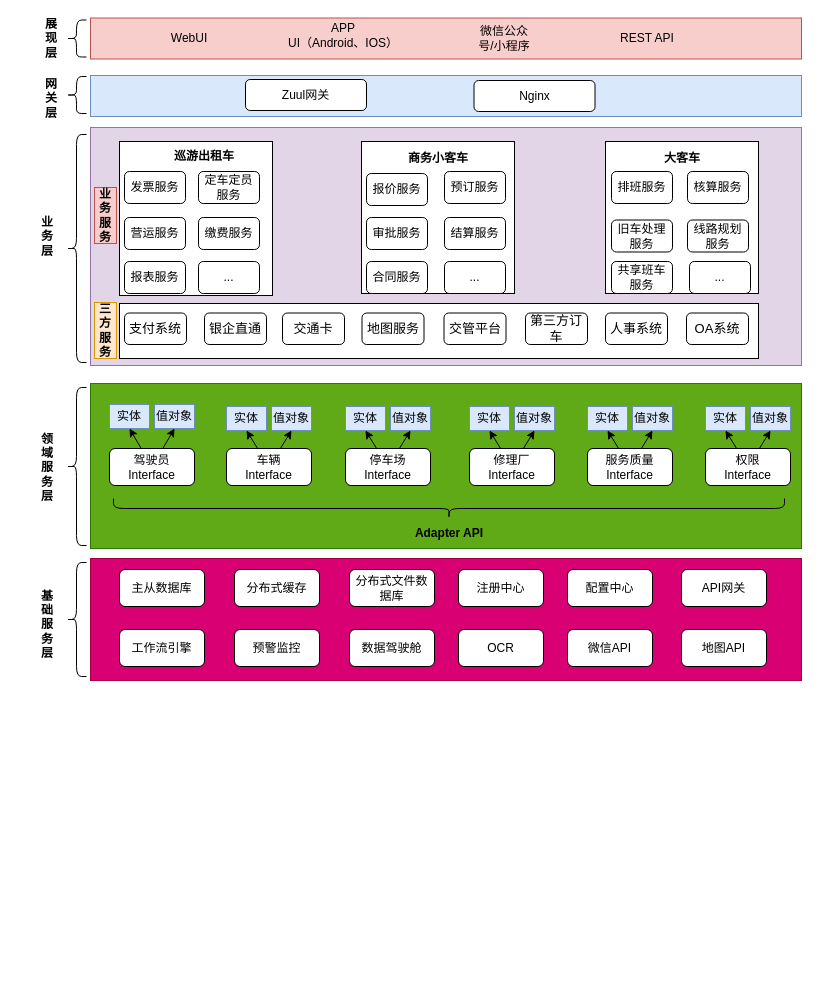
ammengke/my-drawio keeps this draw.io diagram as 汽车公司-应用架构.drawio. Above is the earlier version. Source tidied: cells renumbered, new cells numbered last; positions are measured from the earlier drawing's top-left corner, leaving out a move shared by most shapes. Both pictures are drawn from the tidied source at 100%, with x=0, y=0 at pixel (17, 17).
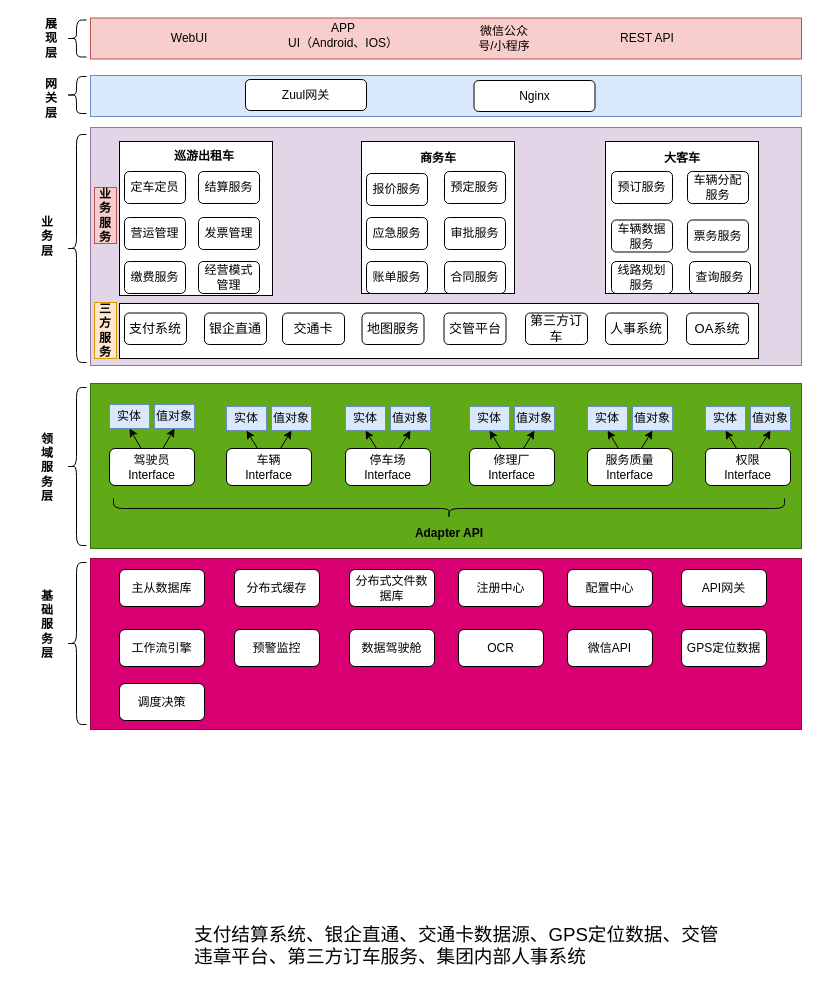
After the change.

Commit message:
Update 汽车公司-应用架构.drawio

Diff of the diagram source:
```diff
@@
     <mxCell id="2" style="shape=curlyBracket;whiteSpace=wrap;html=1;rounded=1;" parent="1" vertex="1">
-      <mxGeometry x="49" y="545" width="20" height="114" as="geometry" />
+      <mxGeometry x="49" y="545" width="20" height="162" as="geometry" />
     </mxCell>
     <mxCell id="3" style="rounded=0;whiteSpace=wrap;html=1;fillColor=#d80073;fontColor=#ffffff;strokeColor=#A50040;" parent="1" vertex="1">
-      <mxGeometry x="73" y="541" width="711" height="122" as="geometry" />
+      <mxGeometry x="73" y="541" width="711" height="171" as="geometry" />
     </mxCell>
@@
-    <mxCell id="15" value="地图API" style="rounded=1;whiteSpace=wrap;html=1;" parent="1" vertex="1">
+    <mxCell id="15" value="GPS定位数据" style="rounded=1;whiteSpace=wrap;html=1;" parent="1" vertex="1">
       <mxGeometry x="664" y="612" width="85" height="37" as="geometry" />
     </mxCell>
@@
-    <mxCell id="59" value="商务小客车" style="text;html=1;strokeColor=none;fillColor=none;align=center;verticalAlign=middle;whiteSpace=wrap;rounded=0;fontColor=#000000;fontStyle=1;" parent="1" vertex="1">
+    <mxCell id="59" value="商务车" style="text;html=1;strokeColor=none;fillColor=none;align=center;verticalAlign=middle;whiteSpace=wrap;rounded=0;fontColor=#000000;fontStyle=1;" parent="1" vertex="1">
       <mxGeometry x="382.5" y="126" width="76" height="30" as="geometry" />
     </mxCell>
@@
-    <mxCell id="62" value="发票服务" style="rounded=1;whiteSpace=wrap;html=1;fontColor=#000000;" parent="1" vertex="1">
+    <mxCell id="62" value="定车定员" style="rounded=1;whiteSpace=wrap;html=1;fontColor=#000000;" parent="1" vertex="1">
       <mxGeometry x="107" y="154" width="61" height="32" as="geometry" />
     </mxCell>
-    <mxCell id="63" value="定车定员服务" style="rounded=1;whiteSpace=wrap;html=1;fontColor=#000000;" parent="1" vertex="1">
+    <mxCell id="63" value="结算服务" style="rounded=1;whiteSpace=wrap;html=1;fontColor=#000000;" parent="1" vertex="1">
       <mxGeometry x="181" y="154" width="61" height="32" as="geometry" />
     </mxCell>
-    <mxCell id="64" value="营运服务" style="rounded=1;whiteSpace=wrap;html=1;fontColor=#000000;" parent="1" vertex="1">
+    <mxCell id="64" value="营运管理" style="rounded=1;whiteSpace=wrap;html=1;fontColor=#000000;" parent="1" vertex="1">
       <mxGeometry x="107" y="200" width="61" height="32" as="geometry" />
     </mxCell>
-    <mxCell id="65" value="缴费服务" style="rounded=1;whiteSpace=wrap;html=1;fontColor=#000000;" parent="1" vertex="1">
+    <mxCell id="65" value="发票管理" style="rounded=1;whiteSpace=wrap;html=1;fontColor=#000000;" parent="1" vertex="1">
       <mxGeometry x="181" y="200" width="61" height="32" as="geometry" />
     </mxCell>
-    <mxCell id="66" value="报表服务" style="rounded=1;whiteSpace=wrap;html=1;fontColor=#000000;" parent="1" vertex="1">
+    <mxCell id="66" value="缴费服务" style="rounded=1;whiteSpace=wrap;html=1;fontColor=#000000;" parent="1" vertex="1">
       <mxGeometry x="107" y="244" width="61" height="32" as="geometry" />
     </mxCell>
-    <mxCell id="67" value="..." style="rounded=1;whiteSpace=wrap;html=1;fontColor=#000000;" parent="1" vertex="1">
+    <mxCell id="67" value="经营模式管理" style="rounded=1;whiteSpace=wrap;html=1;fontColor=#000000;" parent="1" vertex="1">
       <mxGeometry x="181" y="244" width="61" height="32" as="geometry" />
     </mxCell>
@@
-    <mxCell id="69" value="预订服务" style="rounded=1;whiteSpace=wrap;html=1;fontColor=#000000;" parent="1" vertex="1">
+    <mxCell id="69" value="预定服务" style="rounded=1;whiteSpace=wrap;html=1;fontColor=#000000;" parent="1" vertex="1">
       <mxGeometry x="427" y="154" width="61" height="32" as="geometry" />
     </mxCell>
-    <mxCell id="70" value="审批服务" style="rounded=1;whiteSpace=wrap;html=1;fontColor=#000000;" parent="1" vertex="1">
+    <mxCell id="70" value="应急服务" style="rounded=1;whiteSpace=wrap;html=1;fontColor=#000000;" parent="1" vertex="1">
       <mxGeometry x="349" y="200" width="61" height="32" as="geometry" />
     </mxCell>
-    <mxCell id="71" value="结算服务" style="rounded=1;whiteSpace=wrap;html=1;fontColor=#000000;" parent="1" vertex="1">
+    <mxCell id="71" value="审批服务" style="rounded=1;whiteSpace=wrap;html=1;fontColor=#000000;" parent="1" vertex="1">
       <mxGeometry x="427" y="200" width="61" height="32" as="geometry" />
     </mxCell>
-    <mxCell id="72" value="合同服务" style="rounded=1;whiteSpace=wrap;html=1;fontColor=#000000;" parent="1" vertex="1">
+    <mxCell id="72" value="账单服务" style="rounded=1;whiteSpace=wrap;html=1;fontColor=#000000;" parent="1" vertex="1">
       <mxGeometry x="349" y="244" width="61" height="32" as="geometry" />
     </mxCell>
-    <mxCell id="73" value="..." style="rounded=1;whiteSpace=wrap;html=1;fontColor=#000000;" parent="1" vertex="1">
+    <mxCell id="73" value="合同服务" style="rounded=1;whiteSpace=wrap;html=1;fontColor=#000000;" parent="1" vertex="1">
       <mxGeometry x="427" y="244" width="61" height="32" as="geometry" />
     </mxCell>
-    <mxCell id="74" value="排班服务" style="rounded=1;whiteSpace=wrap;html=1;fontColor=#000000;" parent="1" vertex="1">
+    <mxCell id="74" value="预订服务" style="rounded=1;whiteSpace=wrap;html=1;fontColor=#000000;" parent="1" vertex="1">
       <mxGeometry x="594" y="154" width="61" height="32" as="geometry" />
     </mxCell>
-    <mxCell id="75" value="核算服务" style="rounded=1;whiteSpace=wrap;html=1;fontColor=#000000;" parent="1" vertex="1">
+    <mxCell id="75" value="车辆分配服务" style="rounded=1;whiteSpace=wrap;html=1;fontColor=#000000;" parent="1" vertex="1">
       <mxGeometry x="670" y="154" width="61" height="32" as="geometry" />
     </mxCell>
-    <mxCell id="76" value="旧车处理服务" style="rounded=1;whiteSpace=wrap;html=1;fontColor=#000000;" parent="1" vertex="1">
+    <mxCell id="76" value="车辆数据服务" style="rounded=1;whiteSpace=wrap;html=1;fontColor=#000000;" parent="1" vertex="1">
       <mxGeometry x="594" y="202.5" width="61" height="32" as="geometry" />
     </mxCell>
-    <mxCell id="77" value="线路规划服务" style="rounded=1;whiteSpace=wrap;html=1;fontColor=#000000;" parent="1" vertex="1">
+    <mxCell id="77" value="票务服务" style="rounded=1;whiteSpace=wrap;html=1;fontColor=#000000;" parent="1" vertex="1">
       <mxGeometry x="670" y="202.5" width="61" height="32" as="geometry" />
     </mxCell>
-    <mxCell id="78" value="共享班车服务" style="rounded=1;whiteSpace=wrap;html=1;fontColor=#000000;" parent="1" vertex="1">
+    <mxCell id="78" value="线路规划服务" style="rounded=1;whiteSpace=wrap;html=1;fontColor=#000000;" parent="1" vertex="1">
       <mxGeometry x="594" y="244" width="61" height="32" as="geometry" />
     </mxCell>
-    <mxCell id="79" value="..." style="rounded=1;whiteSpace=wrap;html=1;fontColor=#000000;" parent="1" vertex="1">
+    <mxCell id="79" value="查询服务" style="rounded=1;whiteSpace=wrap;html=1;fontColor=#000000;" parent="1" vertex="1">
       <mxGeometry x="672" y="244" width="61" height="32" as="geometry" />
     </mxCell>
@@
+    <mxCell id="102" value="&lt;p class=&quot;MsoNormal&quot;&gt;&lt;span style=&quot;font-size: 14.0000pt&quot;&gt;&lt;font face=&quot;宋体&quot;&gt;支付结算系统、银企直通、交通卡数据源、&lt;/font&gt;GPS定位数据、交管违章平台、第三方订车服务、集团内部人事系统&lt;/span&gt;&lt;/p&gt;" style="text;whiteSpace=wrap;html=1;" parent="1" vertex="1">
+      <mxGeometry x="175" y="888" width="540" height="70" as="geometry" />
+    </mxCell>
+    <mxCell id="103" value="&lt;span style=&quot;text-align: left&quot;&gt;调度决策&lt;/span&gt;" style="rounded=1;whiteSpace=wrap;html=1;" parent="1" vertex="1">
+      <mxGeometry x="102" y="666" width="85" height="37" as="geometry" />
+    </mxCell>
```
